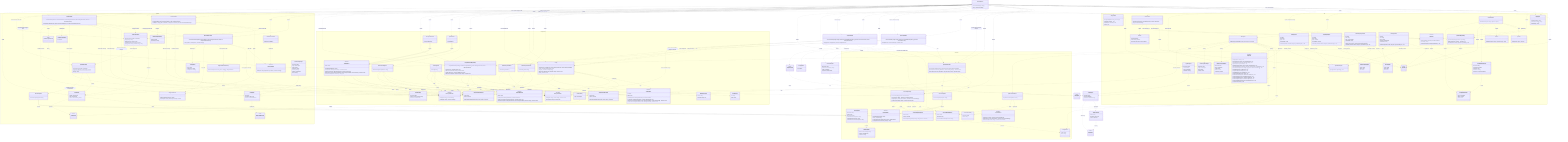
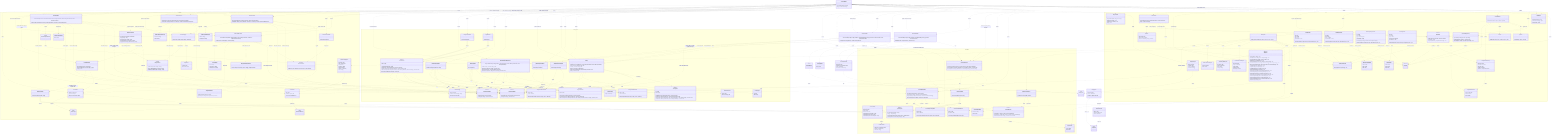
classDiagram
  direction TB

  class LicenseWizard {
    +LicenseWizard(args: string[])
    +run() Promise~Answer[]~
  }

  class LicenseInstaller {
    +LicenseInstaller(config: Config, manifests: ProjectManifestRepository, generator: LicenseGenerator)
    +install(selection: LicenseSelection) Promise~void~
  }

  class LicenseVerifier {
    +LicenseVerifier(config: Config, manifests: ProjectManifestRepository, generator: LicenseGenerator, reader: IFileSystemReader)
    +verify(options: VerifyOptions) Promise~VerifyOutcome~
  }

  class LicenseSelection {
    +licenseId: string
    +tokens: Record~string, string~
    +save: ConfigSave
    +headers?: HeaderConfig
  }

  class ConfigSave {
    <<union>>
  }

  class VerifyOptions {
    +fix: boolean
  }

  class VerifyOutcome {
    <<union>>
  }

  class VerifyReport {
    +licenseId: string
    +license: DriftStatus
    +manifests: ManifestCheck[]
  }

  class ManifestCheck {
    +name: string
    +declared: string | null
    +status: DriftStatus
  }

  class DriftStatus {
    <<union>>
  }

  namespace CLI {
    class FlagParser {
      +FlagParser(flags: object)
      +parse(args: string[]) object
      +formatHelp() string
    }

    class Orchestrator {
      +Orchestrator(repository: QuestionRepository, renderer: IRenderer)
      +run() Promise~Answer[]~
    }

    class IRenderer {
      <<interface>>
      +render(question: Question) Promise~Answer~
      +onCancel() string
      +complete(summary: CompletionSummary) void
    }

    class CompletionSummary {
      +licenseId: string
      +customized: boolean
      +savedTo: string
      +manifests: string[]
      +headers?: CompletionHeaders
    }

    class CompletionHeaders {
      +style: HeaderStyle
      +written: number
      +total: number
    }

    class ProgressBar {
      +ProgressBar(label: string, out?: object)
      +start(total: number) void
      +update(done: number) void
      +stop() void
    }

    class ClackRenderer {
      +ClackRenderer(meta: object, spinner: Spinner)
    }

    class IReporter {
      <<interface>>
      +usage(options: string) void
      +tokens(licenseId: string, slots: TemplateSlot[]) void
      +generated(licenseId: string, savedTo: string) void
      +dryRun(report: DryRunReport) void
      +missingFields(licenseId: string, missing: TemplateSlot[]) void
      +unknownFields(licenseId: string, unknown: string[], slots: TemplateSlot[]) void
      +licenseNotFound(licenseId: string, suggestions: LicenseIndexEntry[]) void
      +verifyMatch(report: VerifyReport) void
      +verifyFixed(report: VerifyReport) void
      +verifyMismatch(report: VerifyReport) void
      +headersNoFiles(licenseId: string) void
      +headersGenerated(report: HeaderGenerateReport) void
      +headersDryRun(report: HeaderDryRunReport) void
+       +headersRemoved(report: HeaderRemoveReport) void
+       +headersRemoveDryRun(report: HeaderRemoveReport) void
      +headersVerifyMatch(report: HeaderVerifyReport) void
      +headersVerifyFixed(report: HeaderVerifyReport) void
      +headersVerifyMismatch(report: HeaderVerifyReport) void
      +error(message: string) void
    }

    class HeaderGenerateReport {
      +licenseId: string
      +style: HeaderStyle
      +total: number
      +written: number
      +unchanged: number
    }

    class HeaderDryRunReport {
      +licenseId: string
      +style: HeaderStyle
      +files: string[]
      +sample: string
+     }
+ 
+     class HeaderRemoveReport {
+       +removed: string[]
+       +total: number
    }

    class DryRunReport {
      +licenseId: string
      +content: string
      +save: ConfigSave
      +manifests: string[]
    }

    class CliReporter {
      +CliReporter(programName: string, out?: object, err?: object)
    }

    class Banner {
      +buildBanner(meta: object, options: object) string
    }

    class Spinner {
      +start(handle: object) Function
    }

    class QuestionRepository {
      +QuestionRepository(questions: Question[])
      +getByIndex(index: number) Question | null
      +insertAt(index: number, questions: Question[]) void
    }

    class QuestionLifecycle {
      +inject(questions: Question[]) void
    }

    class Question {
      <<union>>
    }

    class TextQuestion {
      +id: string
      +text: string
      +type: "text"
      +defaultValue: string
      +onAnswer(answer: Answer, lifecycle: QuestionLifecycle) void
    }

    class ConfirmQuestion {
      +id: string
      +text: string
      +type: "confirm"
      +defaultValue: boolean
      +onAnswer(answer: Answer, lifecycle: QuestionLifecycle) void
    }

    class AutocompleteQuestion {
      +id: string
      +text: string
      +type: "autocomplete"
      +defaultValue: string
      +search(query: string) Promise~AutocompleteOption[]~
      +onAnswer(answer: Answer, lifecycle: QuestionLifecycle) void
    }

    class AutocompleteOption {
      +value: string
      +label: string
      +hint: string
    }

    class SelectQuestion {
      +id: string
      +text: string
      +type: "select"
      +options: SelectOption[]
      +defaultValue: string
      +onAnswer(answer: Answer, lifecycle: QuestionLifecycle) void
    }

    class SelectOption {
      +value: string
      +label: string
      +hint: string
    }

    class Answer {
      +questionId: string
      +value: string | boolean
      +fields: Record~string, string | boolean~
    }
  }

  namespace Licensing {
    class LicenseRepository {
      +LicenseRepository(source: ILicenseSource)
      +search(query: string) Promise~LicenseIndexEntry[]~
      +suggest(query: string, limit: number) Promise~LicenseIndexEntry[]~
      +getLicense(licenseId: string) Promise~LicenseDetail~
    }

    class LicenseRepositoryError {
      +name: string
      +cause: unknown
      +LicenseRepositoryError(message: string, cause?: unknown)
    }

    class LicenseNotFoundError {
      +name: string
      +licenseId: string
      +LicenseNotFoundError(licenseId: string)
    }

    class ILicenseSource {
      <<interface>>
      +search(query: string) Promise~LicenseIndexEntry[]~
      +suggest(query: string, limit: number) Promise~LicenseIndexEntry[]~
      +fetchLicense(licenseId: string) Promise~LicenseDetail~
    }

    class SpdxLicenseSource {
      +SpdxLicenseSource(ttlMs: number)
    }

    class LicenseIndexEntry {
      +licenseId: string
      +name: string
    }

    class LicenseDetail {
      +licenseId: string
      +name: string
      +licenseText: string
      +standardLicenseTemplate?: string
      +standardLicenseHeader?: string
      +standardLicenseHeaderTemplate?: string
    }

    class SpdxTemplate {
      <<abstract>>
      +SpdxTemplate(template: string)
      +slots() TemplateSlot[]
      +resolveSlots(entries: Map~string, string~) SlotResolution
      +render(values: Record~string, string~) string
    }

    class LicenseTemplate {
      +LicenseTemplate(template: string)
    }

    class TemplateSlot {
      +token: string
      +label: string
    }

    class SlotResolution {
      +values: Record~string, string~
      +missing: TemplateSlot[]
      +unknown: string[]
    }

    class LicenseGenerator {
      +LicenseGenerator(repository: LicenseRepository, writer: IFileSystemWriter)
      +generate(licenseId: string, slotValues?: Record~string, string~) Promise~void~
      +render(licenseId: string, slotValues?: Record~string, string~) Promise~string~
    }
  }

  namespace Configuration {
    class IFileSystemReader {
      <<interface>>
      +read(path: string) Promise~string~
      +exists(path: string) Promise~boolean~
    }

    class IFileSystemWriter {
      <<interface>>
      +write(path: string, content: string) Promise~void~
      +delete(path: string) Promise~void~
    }

    class NodeFileSystemReader {
      +NodeFileSystemReader()
    }

    class NodeFileSystemWriter {
      +NodeFileSystemWriter()
    }

    class FileSystemReaderError {
      +name: string
      +cause: unknown
      +FileSystemReaderError(message: string, cause?: unknown)
    }

    class FileSystemWriterError {
      +name: string
      +cause: unknown
      +FileSystemWriterError(message: string, cause?: unknown)
    }

    class WizardConfig {
      +licenseId: string
      +tokens?: Record~string, string~
      +headers?: HeaderConfig
    }

    class HeaderConfig {
      +style: HeaderStyle
    }

    class ConfigTarget {
      +id: string
      +label: string
    }

    class IConfigStore {
      <<interface>>
      +id: string
      +label: string
      +available(reader: IFileSystemReader) Promise~boolean~
      +read(reader: IFileSystemReader) Promise~WizardConfig | null~
      +write(reader: IFileSystemReader, writer: IFileSystemWriter, config: WizardConfig) Promise~void~
      +clear(reader: IFileSystemReader, writer: IFileSystemWriter) Promise~void~
    }

    class RcConfigStore {
      +RcConfigStore()
    }

    class ManifestConfigStore {
      +ManifestConfigStore(fileName: string)
    }

    class Config {
      +Config(stores: IConfigStore[], reader: IFileSystemReader, writer: IFileSystemWriter)
      +read() Promise~WizardConfig | null~
+       +source() Promise~string | null~
      +targets() Promise~ConfigTarget[]~
      +write(config: WizardConfig, targetId: string) Promise~void~
      +clear() Promise~void~
    }

    class IProjectManifest {
      <<interface>>
      +name: string
      +exists(reader: IFileSystemReader) Promise~boolean~
      +readLicense(reader: IFileSystemReader) Promise~string | null~
      +writeLicense(reader: IFileSystemReader, writer: IFileSystemWriter, licenseId: string) Promise~void~
    }

    class JsonManifest {
      <<abstract>>
      +JsonManifest(fileName: string)
      +name: string
      +exists(reader: IFileSystemReader) Promise~boolean~
      +readLicense(reader: IFileSystemReader) Promise~string | null~
      +writeLicense(reader: IFileSystemReader, writer: IFileSystemWriter, licenseId: string) Promise~void~
      #extractLicenseId(value: unknown)* string | null
    }

    class NpmManifest {
      +NpmManifest()
    }

    class ComposerManifest {
      +ComposerManifest()
    }

    class ProjectManifestRepository {
      +ProjectManifestRepository(manifests: IProjectManifest[], reader: IFileSystemReader, writer: IFileSystemWriter)
      +readLicense() Promise~string | null~
      +writeLicense(licenseId: string) Promise~void~
      +declaredLicenses() Promise~ManifestLicense[]~
      +writeLicenseTo(name: string, licenseId: string) Promise~void~
    }

    class ManifestLicense {
      +name: string
      +licenseId: string | null
    }
  }

  namespace Headers {
    class HeaderPlan {
      +detail: LicenseDetail
      +style: HeaderStyle
      +tokens: Record~string, string~
    }

    class HeaderStyle {
      <<union>>
    }

    class HeaderRenderer {
      +HeaderRenderer(plan: HeaderPlan)
      +supportsFull(detail: LicenseDetail)$ boolean
      +body() string
    }

    class HeaderTemplate {
      +HeaderTemplate(template: string)
    }

    class HeaderComposer {
      +HeaderComposer(plan: HeaderPlan)
      +fingerprint() string
      +block(extension: string) string
      +hasManaged(content: string) boolean
      +apply(content: string, filePath: string) string
    }

    class SourceFileScanner {
      +SourceFileScanner(walker: IFileTreeWalker, reader: IFileSystemReader, matchers?: GitignoreMatcherFactory)
      +scan(options?: ScanOptions) Promise~string[]~
    }

    class ScanOptions {
      +root?: string
      +extensions?: string[]
      +extraIgnores?: string[]
    }

    class GitignoreMatcher {
      +GitignoreMatcher(patterns: string[])
      +ignores(path: string, isDirectory: boolean) boolean
    }

    class GitignoreMatcherFactory {
      +fromContent(content: string, extra?: string[]) GitignoreMatcher
    }

    class IFileTreeWalker {
      <<interface>>
      +walk(root: string, skipDirectory: Function) Promise~string[]~
    }

    class NodeFileTreeWalker {
      +NodeFileTreeWalker()
    }

    class HeaderInstaller {
      +HeaderInstaller(reader: IFileSystemReader, writer: IFileSystemWriter)
      +install(files: string[], plan: HeaderPlan, onProgress?: Function) Promise~HeaderInstallSummary~
    }

    class HeaderInstallSummary {
      +written: string[]
      +unchanged: string[]
+     }
+ 
+     class ManagedBlock {
+       <<module>>
+       +splitToLines(content: string) string[]
+       +dropLeadingBlanks(lines: string[]) string[]
+       +stripManagedBlocks(lines: string[]) string[]
+     }
+ 
+     class HeaderStripper {
+       +strip(content: string, filePath: string) StripResult
+     }
+ 
+     class StripResult {
+       +content: string
+       +removed: boolean
+     }
+ 
+     class HeaderRemover {
+       +HeaderRemover(reader: IFileSystemReader, writer: IFileSystemWriter)
+       +remove(files: string[], onProgress?: Function) Promise~HeaderRemoveSummary~
+     }
+ 
+     class HeaderRemoveSummary {
+       +removed: string[]
+       +total: number
    }

    class HeaderVerifier {
      +HeaderVerifier(scanner: SourceFileScanner, reader: IFileSystemReader, writer: IFileSystemWriter, licenses: LicenseRepository)
      +verify(config: WizardConfig, options: HeaderVerifyOptions) Promise~HeaderVerifyOutcome~
    }

    class HeaderVerifyOptions {
      +fix: boolean
    }

    class HeaderVerifyOutcome {
      <<union>>
    }

    class HeaderVerifyReport {
      +licenseId: string
      +style: HeaderStyle
      +total: number
      +matched: string[]
      +missing: string[]
      +drifted: HeaderDrift[]
      +fixed: string[]
    }

    class HeaderDrift {
      +file: string
      +declares: object | null
      +reason: HeaderDriftReason
    }

    class HeaderDriftReason {
      <<union>>
    }
  }

  TextQuestion ..|> Question : member of
  ConfirmQuestion ..|> Question : member of
  AutocompleteQuestion ..|> Question : member of
  SelectQuestion ..|> Question : member of
  TextQuestion ..> QuestionLifecycle : onAnswer receives
  ConfirmQuestion ..> QuestionLifecycle : onAnswer receives
  AutocompleteQuestion ..> QuestionLifecycle : onAnswer receives
  SelectQuestion ..> QuestionLifecycle : onAnswer receives
  SelectQuestion ..> SelectOption : offers
  Orchestrator ..> QuestionLifecycle : creates
  ClackRenderer ..|> IRenderer : implements
  ClackRenderer ..> Spinner : uses
  ClackRenderer ..> Banner : renders
  IRenderer ..> CompletionSummary : renders
  ClackRenderer ..> CompletionSummary : renders
  CliReporter ..|> IReporter : implements
  CliReporter ..> TemplateSlot : renders
  CliReporter ..> VerifyReport : renders
  CliReporter ..> DryRunReport : renders
  LicenseWizard ..> FlagParser : uses
  LicenseWizard ..> FlagParser : reads defaults from
  LicenseWizard ..> QuestionRepository : creates
  LicenseWizard ..> ClackRenderer : creates
  LicenseWizard ..> CliReporter : creates
  LicenseWizard ..> IRenderer : reports completion through
  LicenseWizard ..> IReporter : reports through
  LicenseWizard ..> Orchestrator : creates
  LicenseWizard ..> SpdxLicenseSource : creates
  LicenseWizard ..> LicenseRepository : creates
  LicenseWizard ..> LicenseGenerator : creates
  LicenseWizard ..> LicenseGenerator : renders dry-run preview through
  LicenseWizard ..> LicenseInstaller : creates
  LicenseWizard ..> LicenseInstaller : applies selection through
  LicenseWizard ..> LicenseSelection : builds
  LicenseWizard ..> DryRunReport : builds
  LicenseWizard ..> LicenseVerifier : creates
  LicenseWizard ..> LicenseVerifier : verifies through
  LicenseInstaller ..> Config : uses
  LicenseInstaller ..> ProjectManifestRepository : writes selection to
  LicenseInstaller ..> LicenseGenerator : uses
  LicenseInstaller ..> LicenseSelection : applies
  LicenseVerifier ..> Config : reads config from
  LicenseVerifier ..> ProjectManifestRepository : checks and reconciles manifests through
  LicenseVerifier ..> LicenseGenerator : re-renders and rewrites with
  LicenseVerifier ..> IFileSystemReader : reads LICENSE through
  LicenseVerifier ..> VerifyOptions : configured by
  LicenseVerifier ..> VerifyOutcome : returns
  VerifyOutcome ..> VerifyReport : carries
  VerifyReport ..> ManifestCheck : aggregates
  VerifyReport ..> DriftStatus : statuses by
  ManifestCheck ..> DriftStatus : status by
  ProjectManifestRepository ..> ManifestLicense : produces
  LicenseSelection ..> ConfigSave : has
  DryRunReport ..> ConfigSave : carries
  Orchestrator ..> QuestionRepository : gets questions from
  Orchestrator ..> IRenderer : feeds questions to
  ClackRenderer ..> Question : renders
  QuestionRepository ..> Question : produces
  AutocompleteQuestion ..> AutocompleteOption : search produces
  Orchestrator ..> Answer : collects
  SpdxLicenseSource ..|> ILicenseSource : implements
  LicenseRepository ..> ILicenseSource : uses
  LicenseRepository ..> LicenseIndexEntry : produces
  LicenseRepository ..> LicenseDetail : produces
  LicenseRepository ..> LicenseRepositoryError : throws
  LicenseRepository ..> LicenseNotFoundError : throws
  SpdxLicenseSource ..> LicenseNotFoundError : throws
  LicenseWizard ..> LicenseNotFoundError : handles
  CliReporter ..> LicenseIndexEntry : renders
  LicenseGenerator ..> LicenseRepository : uses
  LicenseGenerator ..> IFileSystemWriter : uses
  LicenseGenerator ..> LicenseTemplate : uses
  LicenseTemplate --|> SpdxTemplate : extends
  HeaderTemplate --|> SpdxTemplate : extends
  SpdxTemplate ..> TemplateSlot : produces
  SpdxTemplate ..> SlotResolution : produces
  LicenseWizard ..> LicenseTemplate : creates
  NodeFileSystemReader ..|> IFileSystemReader : implements
  NodeFileSystemWriter ..|> IFileSystemWriter : implements
  NodeFileSystemReader ..> FileSystemReaderError : throws
  NodeFileSystemWriter ..> FileSystemWriterError : throws
  Config ..> IConfigStore : coordinates
  Config ..> IFileSystemReader : uses
  Config ..> IFileSystemWriter : uses
  Config ..> WizardConfig : produces
  Config ..> ConfigTarget : produces
  Config ..> FileSystemWriterError : throws
  RcConfigStore ..|> IConfigStore : implements
  ManifestConfigStore ..|> IConfigStore : implements
  RcConfigStore ..> IFileSystemReader : uses
  RcConfigStore ..> IFileSystemWriter : uses
  RcConfigStore ..> FileSystemReaderError : throws
  RcConfigStore ..> FileSystemWriterError : throws
  ManifestConfigStore ..> IFileSystemReader : uses
  ManifestConfigStore ..> IFileSystemWriter : uses
  ManifestConfigStore ..> FileSystemReaderError : throws
  ManifestConfigStore ..> FileSystemWriterError : throws
  JsonManifest ..|> IProjectManifest : implements
  NpmManifest --|> JsonManifest : extends
  ComposerManifest --|> JsonManifest : extends
  JsonManifest ..> IFileSystemReader : uses
  JsonManifest ..> IFileSystemWriter : uses
  JsonManifest ..> FileSystemReaderError : throws
  JsonManifest ..> FileSystemWriterError : throws
  ProjectManifestRepository ..> IProjectManifest : coordinates
  ProjectManifestRepository ..> IFileSystemReader : uses
  ProjectManifestRepository ..> IFileSystemWriter : uses
  LicenseWizard ..> NodeFileSystemReader : creates
  LicenseWizard ..> NodeFileSystemWriter : creates
  LicenseWizard ..> Config : creates
  LicenseWizard ..> Config : reads defaults from
  LicenseWizard ..> RcConfigStore : creates
  LicenseWizard ..> ManifestConfigStore : creates
  LicenseWizard ..> NpmManifest : creates
  LicenseWizard ..> ComposerManifest : creates
  LicenseWizard ..> ProjectManifestRepository : creates
  LicenseWizard ..> ProjectManifestRepository : reads defaults from
  LicenseWizard ..> SourceFileScanner : creates
  LicenseWizard ..> NodeFileTreeWalker : creates
  LicenseWizard ..> HeaderInstaller : creates
  LicenseWizard ..> HeaderInstaller : writes headers through
+   LicenseWizard ..> HeaderRemover : creates
+   LicenseWizard ..> HeaderRemover : removes headers through
+   LicenseWizard ..> HeaderStripper : previews removal with
  LicenseWizard ..> HeaderVerifier : creates
  LicenseWizard ..> HeaderVerifier : verifies headers through
  LicenseWizard ..> HeaderRenderer : checks full-header support with
  LicenseWizard ..> HeaderComposer : previews header block with
  LicenseWizard ..> ProgressBar : drives header progress with
  LicenseWizard ..> HeaderPlan : builds
  CliReporter ..> HeaderGenerateReport : renders
  CliReporter ..> HeaderDryRunReport : renders
+   CliReporter ..> HeaderRemoveReport : renders
  CliReporter ..> HeaderVerifyReport : renders
  CliReporter ..> HeaderDrift : describes drift from
  HeaderConfig ..> HeaderStyle : style by
  HeaderPlan ..> LicenseDetail : carries
  HeaderPlan ..> HeaderStyle : styled by
  HeaderRenderer ..> HeaderPlan : renders
  HeaderRenderer ..> HeaderTemplate : substitutes header template with
  HeaderComposer ..> HeaderPlan : composes
  HeaderComposer ..> HeaderRenderer : renders body with
  HeaderInstaller ..> HeaderComposer : applies header with
  HeaderInstaller ..> HeaderPlan : applies
  HeaderInstaller ..> IFileSystemReader : reads files through
  HeaderInstaller ..> IFileSystemWriter : writes files through
  HeaderInstaller ..> HeaderInstallSummary : produces
+   HeaderStripper ..> StripResult : produces
+   HeaderStripper ..> ManagedBlock : strips blocks via
+   HeaderRemover ..> HeaderStripper : strips with
+   HeaderRemover ..> IFileSystemReader : reads files through
+   HeaderRemover ..> IFileSystemWriter : writes files through
+   HeaderRemover ..> HeaderRemoveSummary : produces
+   HeaderComposer ..> ManagedBlock : strips existing blocks via
  HeaderVerifier ..> SourceFileScanner : rediscovers files through
  HeaderVerifier ..> HeaderComposer : compares against
  HeaderVerifier ..> LicenseRepository : fetches header detail through
  HeaderVerifier ..> IFileSystemReader : reads files through
  HeaderVerifier ..> IFileSystemWriter : rewrites files through
  HeaderVerifier ..> WizardConfig : verifies against
  HeaderVerifier ..> HeaderVerifyOptions : configured by
  HeaderVerifier ..> HeaderVerifyOutcome : returns
  HeaderVerifyOutcome ..> HeaderVerifyReport : carries
  HeaderVerifyReport ..> HeaderDrift : details drift by
  HeaderDrift ..> HeaderDriftReason : explained by
  HeaderVerifier ..> HeaderDrift : classifies drift into
  SourceFileScanner ..> IFileTreeWalker : walks with
  SourceFileScanner ..> IFileSystemReader : reads .gitignore through
  SourceFileScanner ..> GitignoreMatcherFactory : builds matchers with
  SourceFileScanner ..> GitignoreMatcher : filters with
  SourceFileScanner ..> ScanOptions : configured by
  GitignoreMatcherFactory ..> GitignoreMatcher : creates
  NodeFileTreeWalker ..|> IFileTreeWalker : implements
  ClackRenderer ..> CompletionHeaders : renders
  CompletionSummary ..> CompletionHeaders : carries
